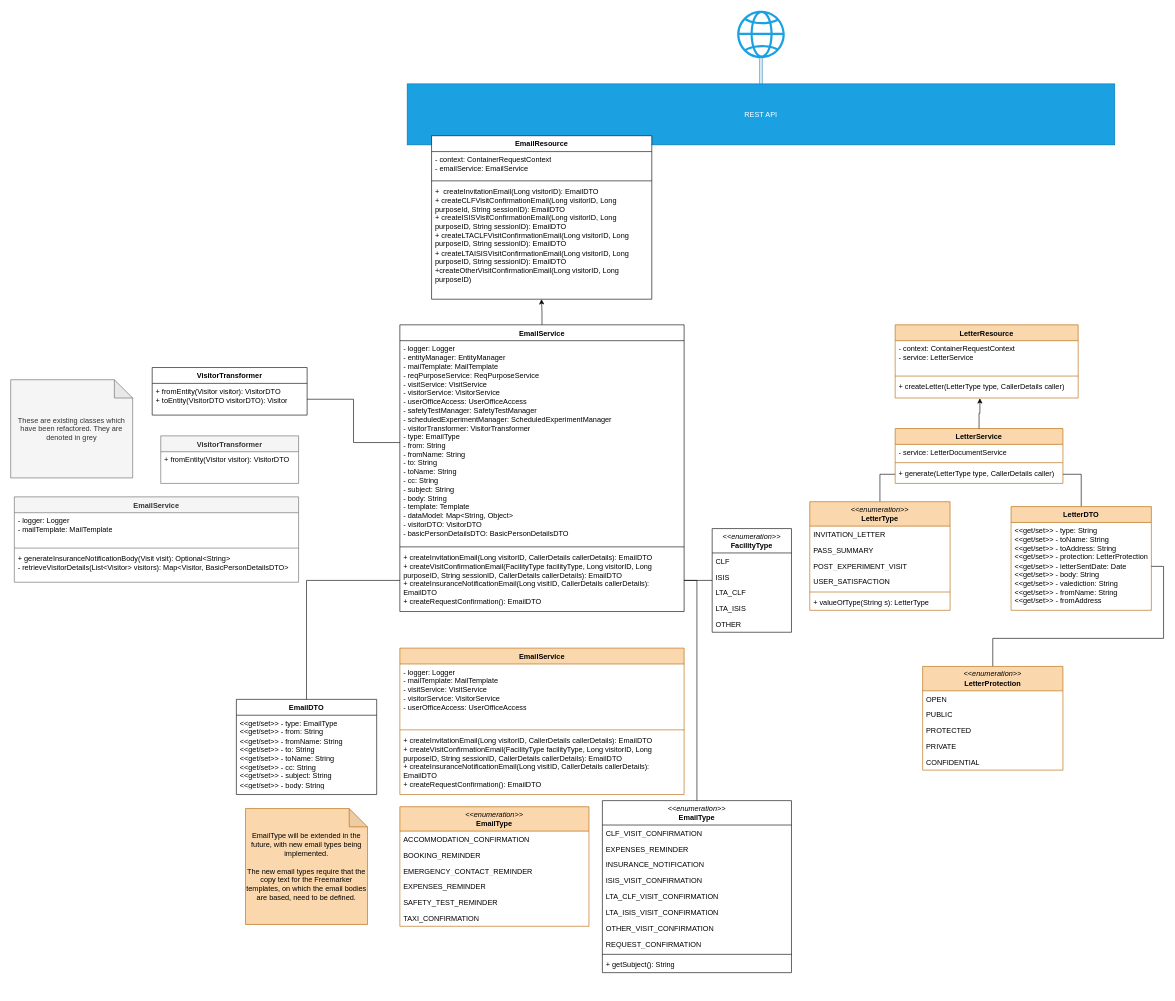
This is Document generation class diagram.drawio from ambolt314/FinalProjectDesign, a draw.io file, before an edit. Source tidied: cells renumbered, new cells numbered last; positions are measured from the earlier drawing's top-left corner, leaving out a move shared by most shapes. Both pictures are drawn from the tidied source at 61%, with x=0, y=0 at pixel (10, 10).
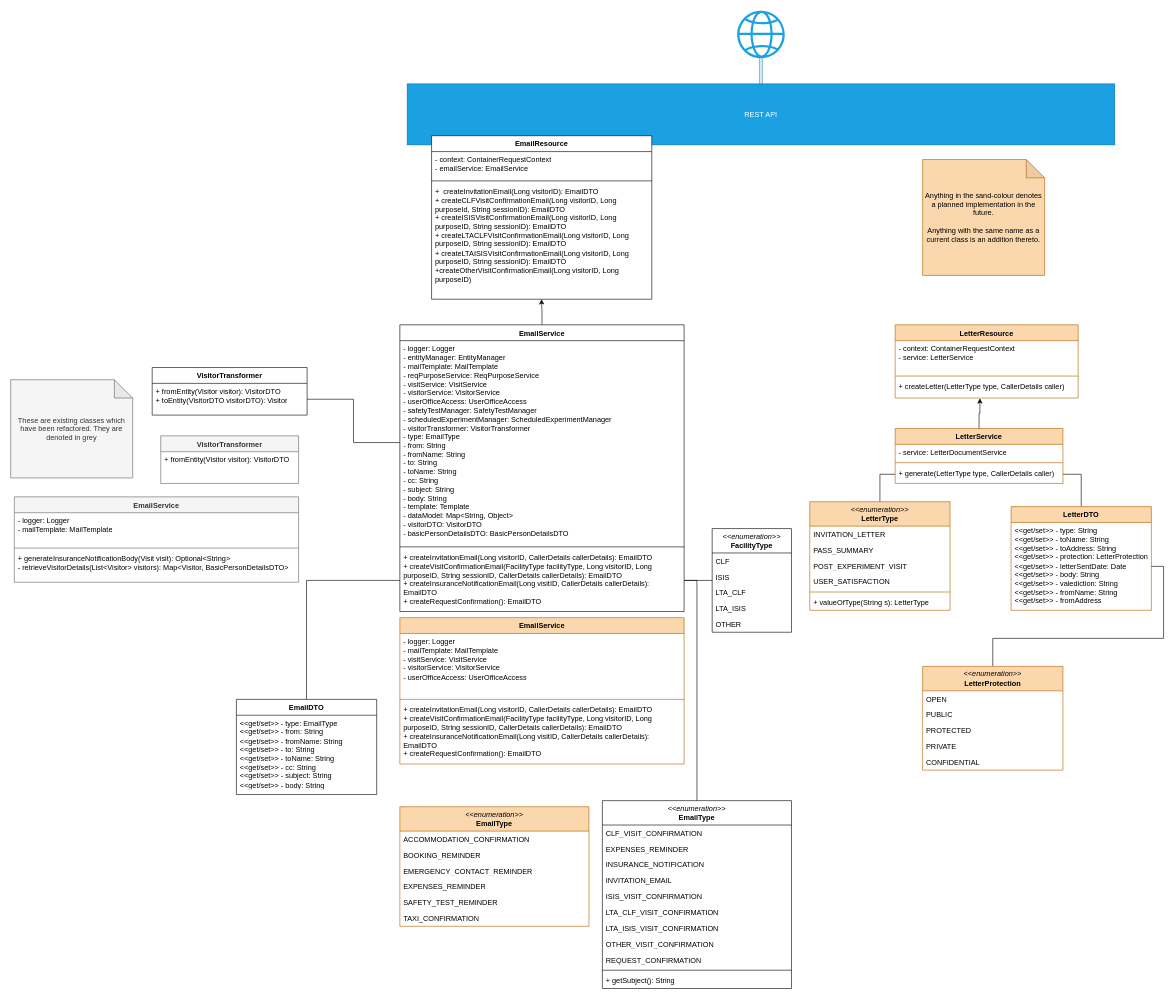
Above is the later version.

Commit message:
Added invitation email

Diff of the diagram source:
```diff
@@
     <mxCell id="13" value="&lt;div&gt;&lt;i&gt;&amp;lt;&amp;lt;enumeration&amp;gt;&amp;gt;&lt;/i&gt;&lt;/div&gt;&lt;div&gt;&lt;b&gt;EmailType&lt;/b&gt;&lt;br&gt;&lt;/div&gt;" style="swimlane;fontStyle=0;horizontal=1;startSize=40;fillColor=none;whiteSpace=wrap;html=1;" parent="1" vertex="1">
-      <mxGeometry x="970" y="1295" width="310" height="282" as="geometry" />
+      <mxGeometry x="970" y="1295" width="310" height="308" as="geometry" />
     </mxCell>
@@
+    <mxCell id="85" value="INVITATION_EMAIL" style="text;strokeColor=none;fillColor=none;align=left;verticalAlign=top;spacingLeft=4;spacingRight=4;overflow=hidden;whiteSpace=wrap;html=1;" parent="13" vertex="1">
+      <mxGeometry y="118" width="310" height="26" as="geometry" />
+    </mxCell>
     <mxCell id="17" value="ISIS_VISIT_CONFIRMATION" style="text;strokeColor=none;fillColor=none;align=left;verticalAlign=top;spacingLeft=4;spacingRight=4;overflow=hidden;whiteSpace=wrap;html=1;" parent="13" vertex="1">
-      <mxGeometry y="118" width="310" height="26" as="geometry" />
+      <mxGeometry y="144" width="310" height="26" as="geometry" />
     </mxCell>
     <mxCell id="18" value="LTA_CLF_VISIT_CONFIRMATION" style="text;strokeColor=none;fillColor=none;align=left;verticalAlign=top;spacingLeft=4;spacingRight=4;overflow=hidden;whiteSpace=wrap;html=1;" parent="13" vertex="1">
-      <mxGeometry y="144" width="310" height="26" as="geometry" />
+      <mxGeometry y="170" width="310" height="26" as="geometry" />
     </mxCell>
     <mxCell id="19" value="LTA_ISIS_VISIT_CONFIRMATION" style="text;strokeColor=none;fillColor=none;align=left;verticalAlign=top;spacingLeft=4;spacingRight=4;overflow=hidden;whiteSpace=wrap;html=1;" parent="13" vertex="1">
-      <mxGeometry y="170" width="310" height="26" as="geometry" />
+      <mxGeometry y="196" width="310" height="26" as="geometry" />
     </mxCell>
     <mxCell id="20" value="OTHER_VISIT_CONFIRMATION" style="text;strokeColor=none;fillColor=none;align=left;verticalAlign=top;spacingLeft=4;spacingRight=4;overflow=hidden;whiteSpace=wrap;html=1;" parent="13" vertex="1">
-      <mxGeometry y="196" width="310" height="26" as="geometry" />
+      <mxGeometry y="222" width="310" height="26" as="geometry" />
     </mxCell>
     <mxCell id="21" value="REQUEST_CONFIRMATION" style="text;strokeColor=none;fillColor=none;align=left;verticalAlign=top;spacingLeft=4;spacingRight=4;overflow=hidden;whiteSpace=wrap;html=1;" parent="13" vertex="1">
-      <mxGeometry y="222" width="310" height="26" as="geometry" />
+      <mxGeometry y="248" width="310" height="26" as="geometry" />
     </mxCell>
     <mxCell id="22" style="line;strokeWidth=1;fillColor=none;align=left;verticalAlign=middle;spacingTop=-1;spacingLeft=3;spacingRight=3;labelPosition=right;strokeColor=inherit;" parent="13" vertex="1">
-      <mxGeometry y="248" width="310" height="8" as="geometry" />
+      <mxGeometry y="274" width="310" height="8" as="geometry" />
     </mxCell>
     <mxCell id="23" value="+ getSubject(): String" style="text;strokeColor=none;fillColor=none;align=left;verticalAlign=top;spacingLeft=4;spacingRight=4;overflow=hidden;whiteSpace=wrap;html=1;" parent="13" vertex="1">
-      <mxGeometry y="256" width="310" height="26" as="geometry" />
+      <mxGeometry y="282" width="310" height="26" as="geometry" />
     </mxCell>
@@
-    <mxCell id="74" value="&lt;div&gt;EmailType will be extended in the future, with new email types being implemented.&lt;/div&gt;&lt;div&gt;&lt;br&gt;&lt;/div&gt;&lt;div&gt;The new email types require that the copy text for the Freemarker templates, on which the email bodies are based, need to be defined.&lt;/div&gt;" style="shape=note;whiteSpace=wrap;html=1;backgroundOutline=1;darkOpacity=0.05;fillColor=#fad7ac;strokeColor=#b46504;" parent="1" vertex="1">
-      <mxGeometry x="385" y="1308" width="200" height="190" as="geometry" />
+    <mxCell id="74" value="Anything in the sand-colour denotes a planned implementation in the future.&lt;div&gt;&lt;br&gt;&lt;/div&gt;&lt;div&gt;Anything with the same name as a current class is an addition thereto.&lt;/div&gt;" style="shape=note;whiteSpace=wrap;html=1;backgroundOutline=1;darkOpacity=0.05;fillColor=#fad7ac;strokeColor=#b46504;" parent="1" vertex="1">
+      <mxGeometry x="1495" y="244" width="200" height="190" as="geometry" />
     </mxCell>
@@
     <mxCell id="76" value="EmailService" style="swimlane;fontStyle=1;align=center;verticalAlign=top;horizontal=1;startSize=26;whiteSpace=wrap;html=1;fillColor=#fad7ac;strokeColor=#b46504;" parent="1" vertex="1">
-      <mxGeometry x="638" y="1045" width="466" height="240" as="geometry" />
+      <mxGeometry x="638" y="995" width="466" height="240" as="geometry" />
     </mxCell>
```
